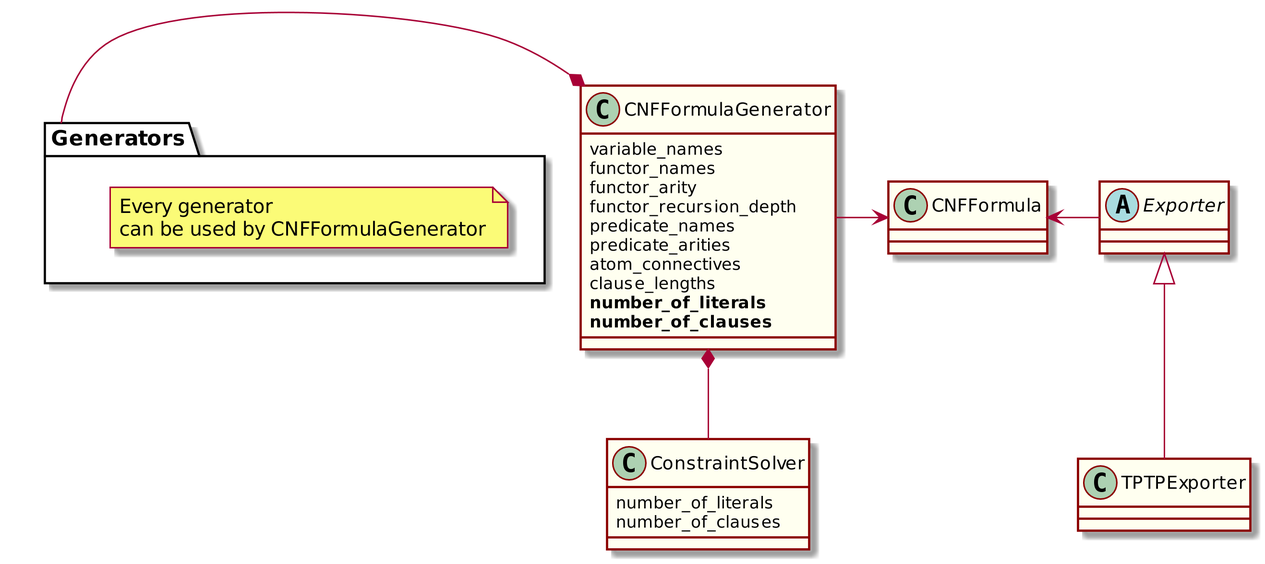
Before: logic-formula-generator/cnf_formula_generator.png, a diagram exported from PlantUML (Mateusz-Grzelinski/set-research-documentation).
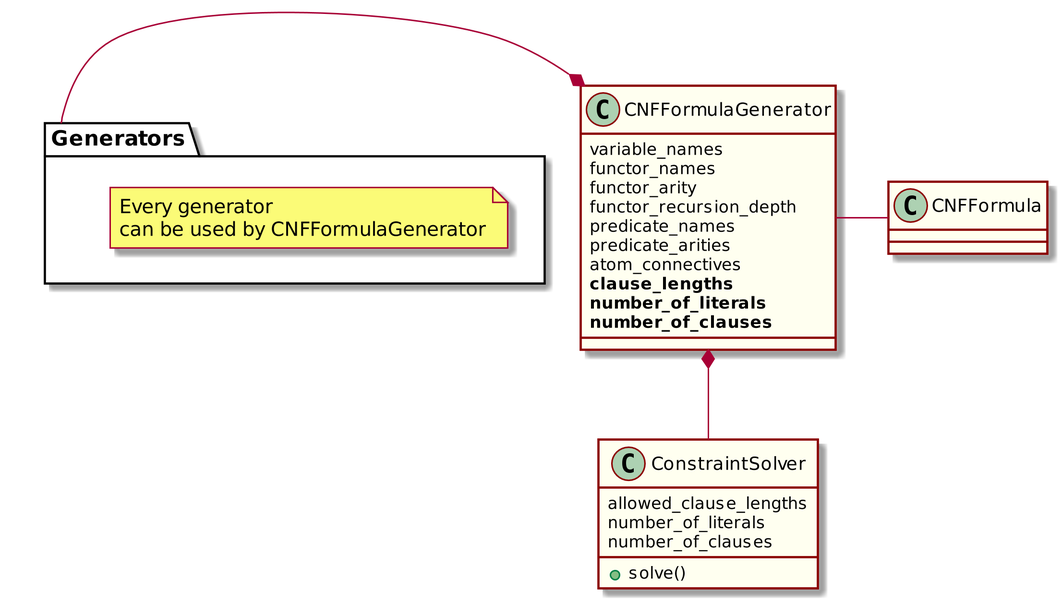
Later version of the same file.

The edit, as a diff of the source:
```diff
@@ -12,9 +12,7 @@
 
 Generators -* CNFFormulaGenerator
 CNFFormulaGenerator *-- ConstraintSolver
-CNFFormulaGenerator -> CNFFormula
-CNFFormula <- Exporter
-Exporter <|-- TPTPExporter
+CNFFormulaGenerator - CNFFormula
 
 class CNFFormulaGenerator {
   variable_names
@@ -24,17 +22,16 @@
   predicate_names
   predicate_arities
   atom_connectives
-  clause_lengths
+  **clause_lengths **
   **number_of_literals**
   **number_of_clauses**
 }
 
 class ConstraintSolver {
+  allowed_clause_lengths
   number_of_literals
   number_of_clauses
-}
-
-abstract class Exporter {
+  + solve()
 }
 
 @enduml
```
